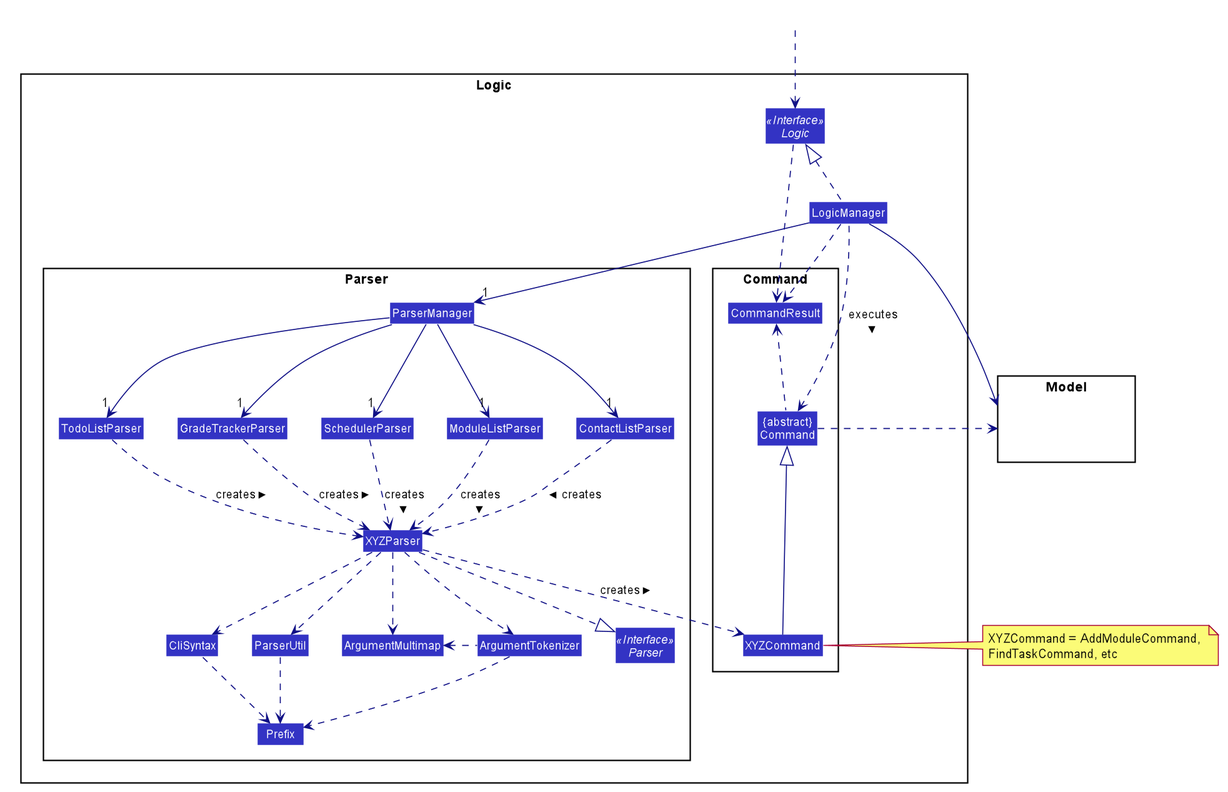
Before: docs/images/LogicClassDiagram.png, a diagram exported from PlantUML (nus-cs2103-AY2021S1/tp).
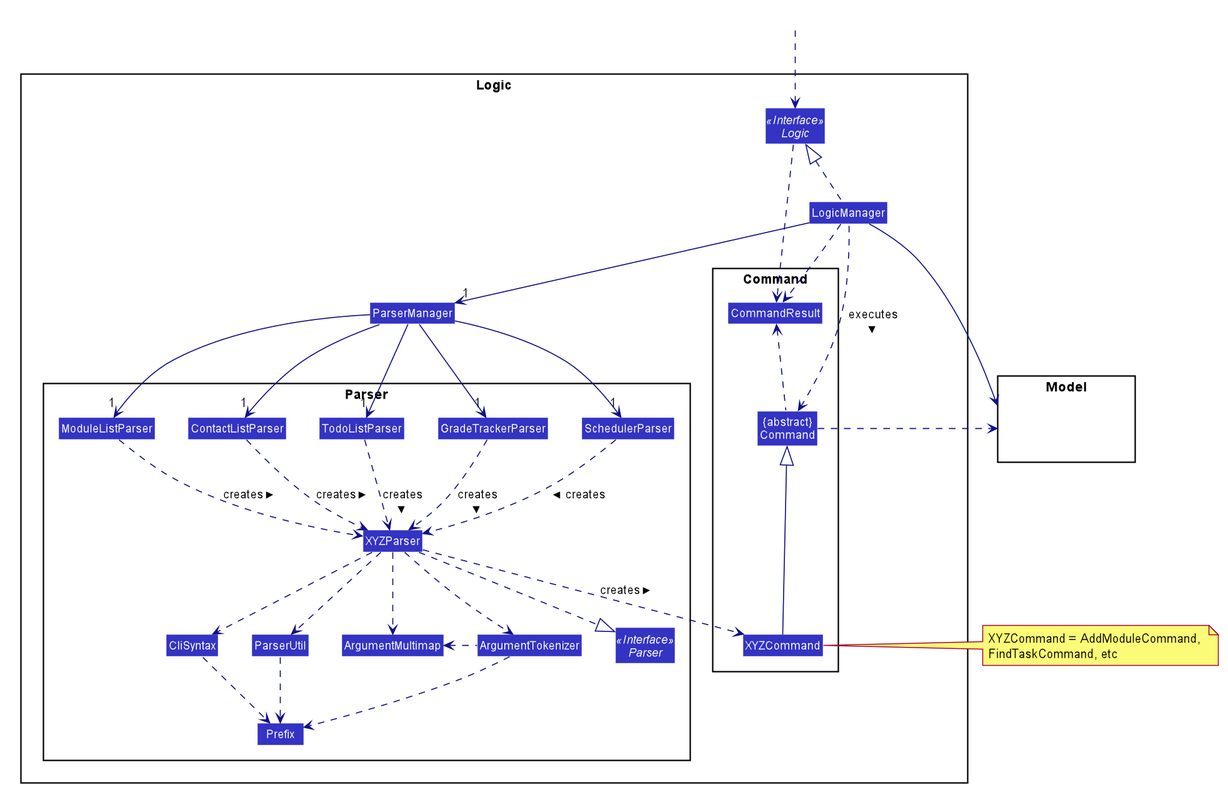
The same diagram one commit later.

What changed in the source:
```diff
@@ -55,7 +55,6 @@
 
 package Parser {
 Interface Parser <<Interface>>
-Class ParserManager
 Class ModuleListParser
 Class ContactListParser
 Class TodoListParser
@@ -77,6 +76,7 @@
 
 Interface Logic <<Interface>>
 Class LogicManager
+Class ParserManager
 }
 
 package Model{
```
